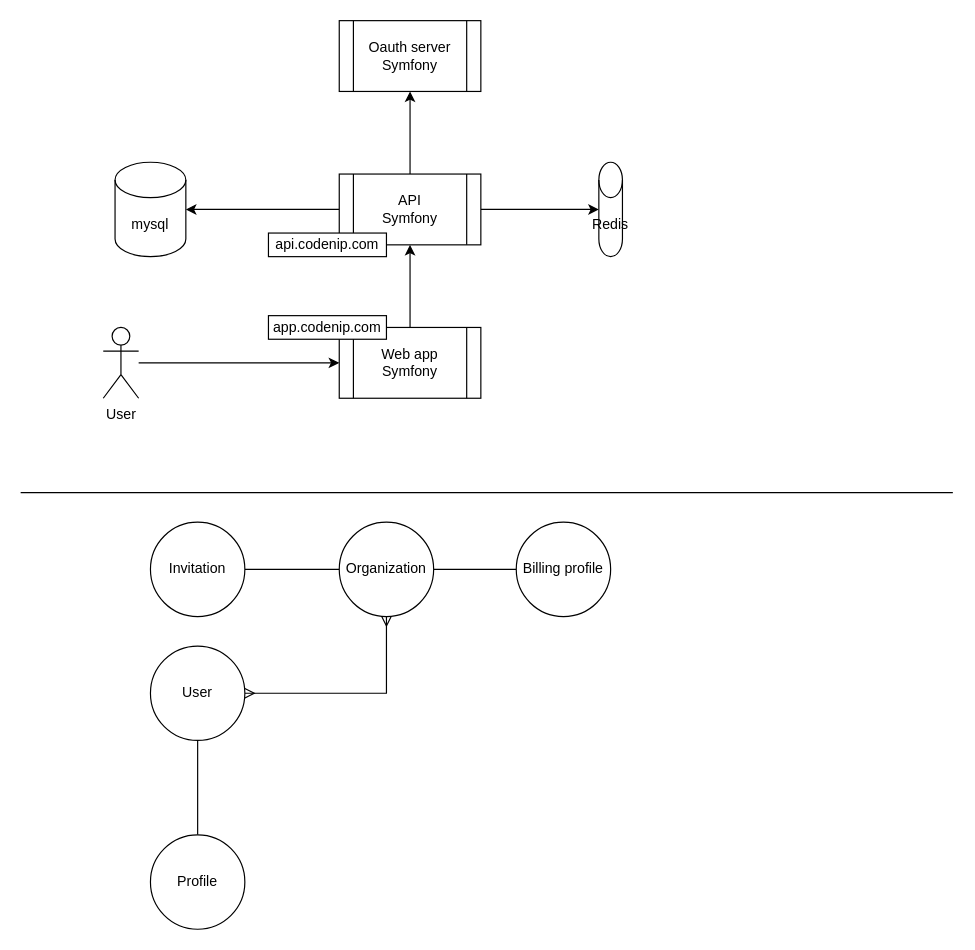
Above: docs/Overview design.drawio in codenip-tech/brisbane (draw.io), before the change. Source tidied: cells renumbered, new cells numbered last; positions are measured from the earlier drawing's top-left corner, leaving out a move shared by most shapes. Both pictures are drawn from the tidied source at 118%, with x=0, y=0 at pixel (20, 20).
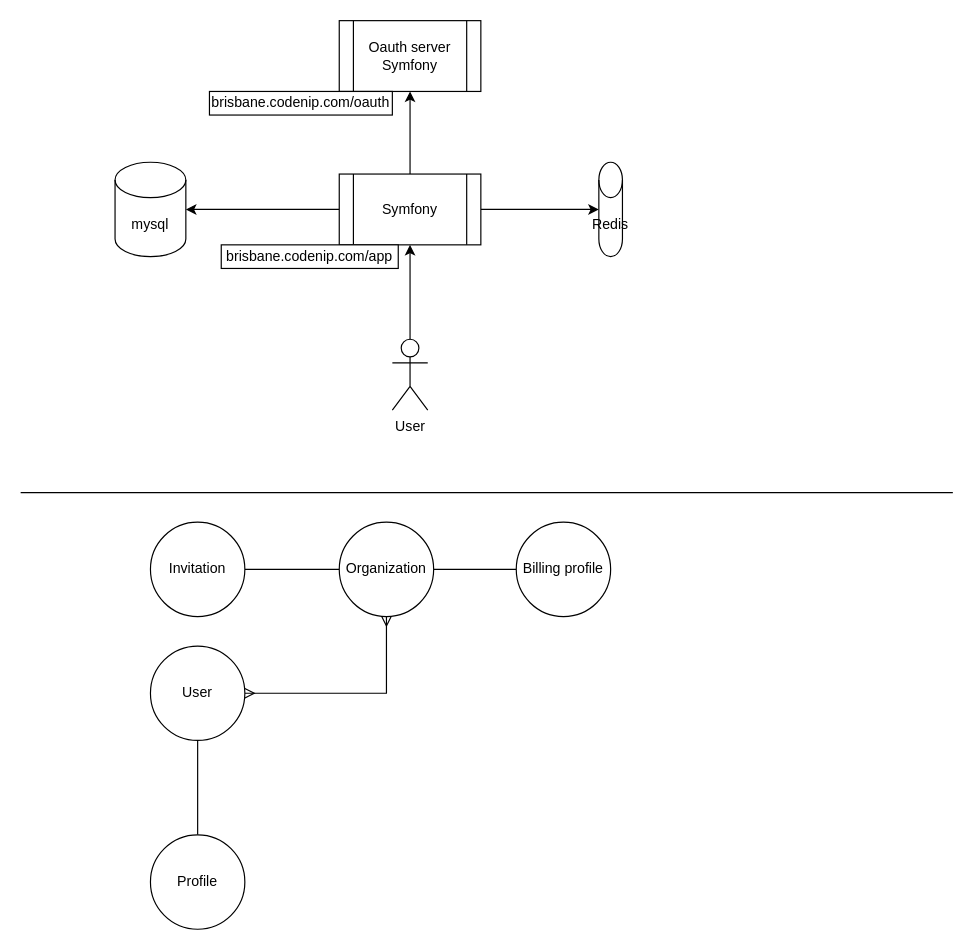
Above is the later version.

Change to the diagram source:
```diff
@@
-    <mxCell id="2" style="edgeStyle=orthogonalEdgeStyle;rounded=0;jettySize=auto;html=1;entryX=0;entryY=0.5;entryDx=0;entryDy=0;" parent="1" edge="1" source="3" target="9">
-      <mxGeometry relative="1" as="geometry" />
-    </mxCell>
     <mxCell id="3" value="User" style="shape=umlActor;verticalLabelPosition=bottom;verticalAlign=top;html=1;outlineConnect=0;" parent="1" vertex="1">
-      <mxGeometry x="70" y="260" width="30" height="60" as="geometry" />
+      <mxGeometry x="315" y="270" width="30" height="60" as="geometry" />
     </mxCell>
@@
-    <mxCell id="7" value="API&lt;br&gt;Symfony" style="shape=process;whiteSpace=wrap;html=1;backgroundOutline=1;" parent="1" vertex="1">
+    <mxCell id="7" value="Symfony" style="shape=process;whiteSpace=wrap;html=1;backgroundOutline=1;" parent="1" vertex="1">
       <mxGeometry x="270" y="130" width="120" height="60" as="geometry" />
     </mxCell>
-    <mxCell id="8" style="edgeStyle=orthogonalEdgeStyle;rounded=0;jettySize=auto;html=1;entryX=0.5;entryY=1;entryDx=0;entryDy=0;" parent="1" edge="1" source="9" target="7">
+    <mxCell id="8" style="edgeStyle=orthogonalEdgeStyle;rounded=0;jettySize=auto;html=1;entryX=0.5;entryY=1;entryDx=0;entryDy=0;" parent="1" edge="1" source="3" target="7">
       <mxGeometry relative="1" as="geometry" />
     </mxCell>
-    <mxCell id="9" value="Web app&lt;br&gt;Symfony" style="shape=process;whiteSpace=wrap;html=1;backgroundOutline=1;" parent="1" vertex="1">
-      <mxGeometry x="270" y="260" width="120" height="60" as="geometry" />
-    </mxCell>
-    <mxCell id="10" value="app.codenip.com" style="rounded=0;whiteSpace=wrap;html=1;" parent="1" vertex="1">
-      <mxGeometry x="210" y="250" width="100" height="20" as="geometry" />
+    <mxCell id="10" value="brisbane.codenip.com/app" style="rounded=0;whiteSpace=wrap;html=1;" parent="1" vertex="1">
+      <mxGeometry x="170" y="190" width="150" height="20" as="geometry" />
     </mxCell>
-    <mxCell id="11" value="api.codenip.com" style="rounded=0;whiteSpace=wrap;html=1;" parent="1" vertex="1">
-      <mxGeometry x="210" y="180" width="100" height="20" as="geometry" />
-    </mxCell>
@@
+    <mxCell id="25" value="brisbane.codenip.com/oauth" style="rounded=0;whiteSpace=wrap;html=1;" parent="1" vertex="1">
+      <mxGeometry x="160" y="60" width="155" height="20" as="geometry" />
+    </mxCell>
```
